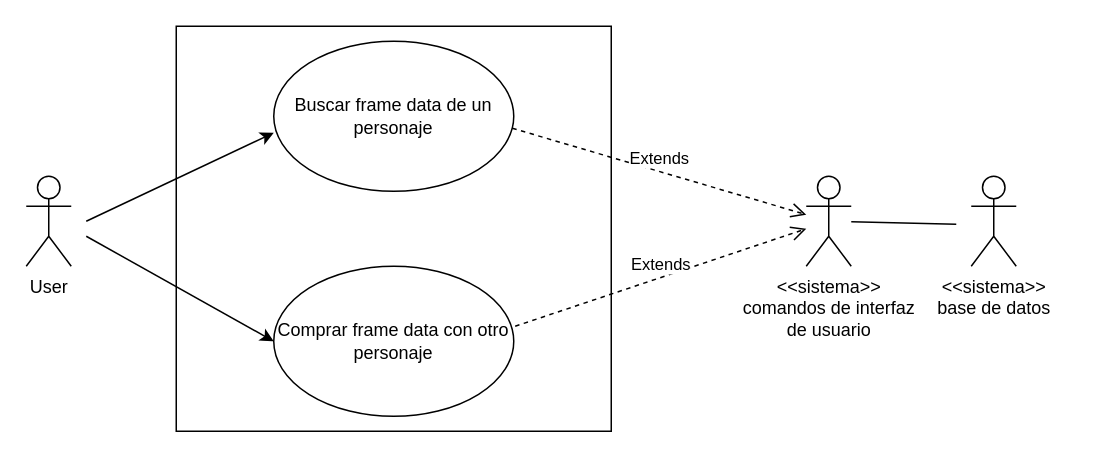
Above: Interaction Model.drawio in aramis-matos/SkyboundDB (draw.io), before the change. Source tidied: cells renumbered, new cells numbered last; positions are measured from the earlier drawing's top-left corner, leaving out a move shared by most shapes. Both pictures are drawn from the tidied source at 150%, with x=0, y=0 at pixel (26, 26).
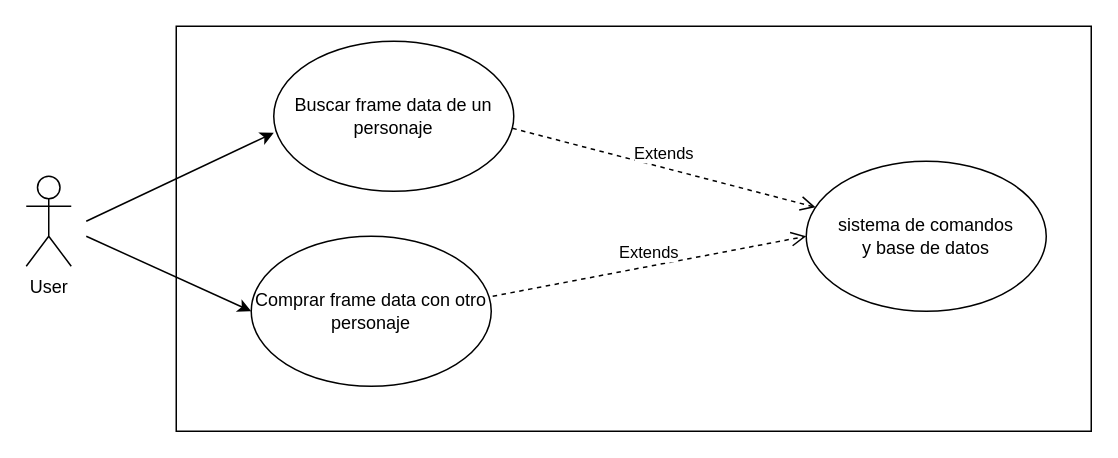
After the change.

The edit, as a diff of the source:
```diff
@@
 <mxGraphModel>
   <root>
     <mxCell id="0" />
     <mxCell id="1" parent="0" />
     <mxCell id="2" style="whiteSpace=wrap;html=1;" parent="1" vertex="1">
-      <mxGeometry x="100" width="290" height="270" as="geometry" />
+      <mxGeometry x="100" width="610" height="270" as="geometry" />
     </mxCell>
     <mxCell id="3" value="Buscar frame data de un personaje" style="ellipse;whiteSpace=wrap;html=1;" parent="1" vertex="1">
       <mxGeometry x="165" y="10" width="160" height="100" as="geometry" />
     </mxCell>
     <mxCell id="4" value="Comprar frame data con otro personaje" style="ellipse;whiteSpace=wrap;html=1;" parent="1" vertex="1">
-      <mxGeometry x="165" y="160" width="160" height="100" as="geometry" />
+      <mxGeometry x="150" y="140" width="160" height="100" as="geometry" />
     </mxCell>
     <mxCell id="5" value="User" style="shape=umlActor;verticalLabelPosition=bottom;verticalAlign=top;html=1;" parent="1" vertex="1">
       <mxGeometry y="100" width="30" height="60" as="geometry" />
     </mxCell>
     <mxCell id="6" style="endArrow=classic;html=1;entryX=0;entryY=0.61;entryDx=0;entryDy=0;entryPerimeter=0;" parent="1" edge="1" target="3">
       <mxGeometry relative="1" as="geometry">
         <mxPoint x="40" y="130" as="sourcePoint" />
       </mxGeometry>
     </mxCell>
     <mxCell id="7" style="endArrow=classic;html=1;entryX=0;entryY=0.5;entryDx=0;entryDy=0;" parent="1" edge="1" target="4">
       <mxGeometry relative="1" as="geometry">
         <mxPoint x="40" y="140" as="sourcePoint" />
       </mxGeometry>
     </mxCell>
-    <mxCell id="8" value="Extends" style="html=1;verticalAlign=bottom;endArrow=open;dashed=1;endSize=8;exitX=0.994;exitY=0.58;exitDx=0;exitDy=0;exitPerimeter=0;" parent="1" edge="1" source="3" target="9">
+    <mxCell id="8" value="Extends" style="html=1;verticalAlign=bottom;endArrow=open;dashed=1;endSize=8;exitX=0.994;exitY=0.58;exitDx=0;exitDy=0;exitPerimeter=0;" parent="1" edge="1" source="3" target="13">
       <mxGeometry relative="1" as="geometry" />
     </mxCell>
-    <mxCell id="9" value="&lt;div&gt;&amp;lt;&amp;lt;sistema&amp;gt;&amp;gt;&lt;/div&gt;&lt;div&gt;comandos de interfaz&lt;/div&gt;&lt;div&gt;de usuario&lt;br&gt;&lt;/div&gt;" style="shape=umlActor;verticalLabelPosition=bottom;verticalAlign=top;html=1;" parent="1" vertex="1">
-      <mxGeometry x="520" y="100" width="30" height="60" as="geometry" />
-    </mxCell>
-    <mxCell id="10" value="&lt;div&gt;Extends&lt;/div&gt;" style="html=1;verticalAlign=bottom;endArrow=open;dashed=1;endSize=8;exitX=1.006;exitY=0.4;exitDx=0;exitDy=0;exitPerimeter=0;" parent="1" edge="1" source="4" target="9">
+    <mxCell id="10" value="&lt;div&gt;Extends&lt;/div&gt;" style="html=1;verticalAlign=bottom;endArrow=open;dashed=1;endSize=8;exitX=1.006;exitY=0.4;exitDx=0;exitDy=0;exitPerimeter=0;entryX=0;entryY=0.5;entryDx=0;entryDy=0;" parent="1" edge="1" source="4" target="13">
       <mxGeometry relative="1" as="geometry" />
     </mxCell>
-    <mxCell id="11" value="&lt;div&gt;&amp;lt;&amp;lt;sistema&amp;gt;&amp;gt;&lt;/div&gt;&lt;div&gt;base de datos&lt;br&gt;&lt;/div&gt;" style="shape=umlActor;verticalLabelPosition=bottom;verticalAlign=top;html=1;" parent="1" vertex="1">
-      <mxGeometry x="630" y="100" width="30" height="60" as="geometry" />
-    </mxCell>
-    <mxCell id="12" style="endArrow=none;html=1;" parent="1" edge="1" source="9">
-      <mxGeometry relative="1" as="geometry">
-        <mxPoint x="620" y="132" as="targetPoint" />
-      </mxGeometry>
-    </mxCell>
+    <mxCell id="13" value="&lt;div&gt;sistema de comandos&lt;/div&gt;&lt;div&gt;y base de datos&lt;br&gt;&lt;/div&gt;" style="ellipse;whiteSpace=wrap;html=1;" parent="1" vertex="1">
+      <mxGeometry x="520" y="90" width="160" height="100" as="geometry" />
+    </mxCell>
   </root>
 </mxGraphModel>
```
